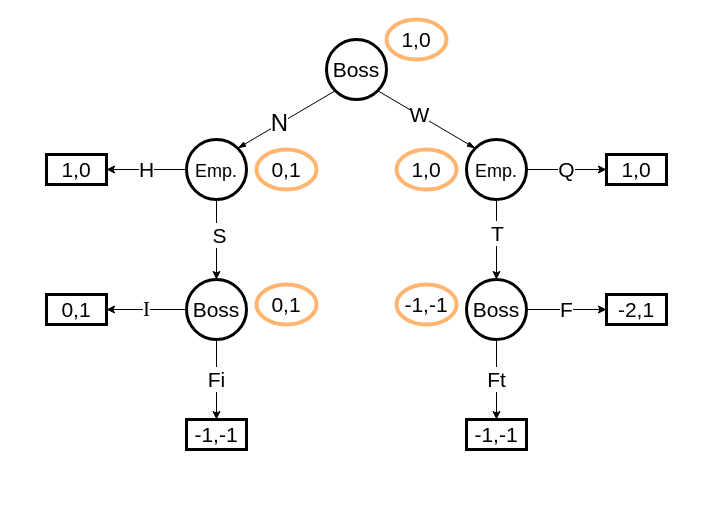
This is Diagramma senza titolo.drawio from michelexyz/VU, a draw.io file, before an edit. Source tidied: cells renumbered, new cells numbered last; positions are measured from the earlier drawing's top-left corner, leaving out a move shared by most shapes. Both pictures are drawn from the tidied source at 100%, with x=0, y=0 at pixel (46, 19).
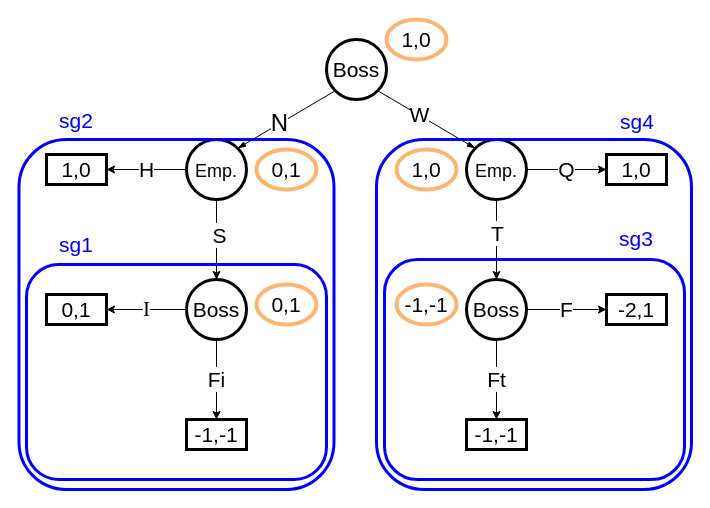
Above is the later version.

Change to the diagram source:
```diff
@@
+    <mxCell id="33" style="rounded=1;whiteSpace=wrap;html=1;fillColor=none;strokeWidth=3;strokeColor=#0000FF;" parent="1" vertex="1">
+      <mxGeometry x="-20" y="245" width="300" height="215" as="geometry" />
+    </mxCell>
+    <mxCell id="34" value="&lt;font color=&quot;#0000ff&quot; style=&quot;font-size: 21px;&quot;&gt;sg1&lt;/font&gt;" style="text;html=1;strokeColor=none;fillColor=none;align=center;verticalAlign=middle;whiteSpace=wrap;rounded=0;" parent="1" vertex="1">
+      <mxGeometry y="210" width="60" height="30" as="geometry" />
+    </mxCell>
+    <mxCell id="35" style="rounded=1;whiteSpace=wrap;html=1;fillColor=none;strokeWidth=3;strokeColor=#0000FF;" parent="1" vertex="1">
+      <mxGeometry x="-27.5" y="120" width="315" height="350" as="geometry" />
+    </mxCell>
+    <mxCell id="36" value="&lt;font color=&quot;#0000ff&quot; style=&quot;font-size: 21px;&quot;&gt;sg2&lt;/font&gt;" style="text;html=1;strokeColor=none;fillColor=none;align=center;verticalAlign=middle;whiteSpace=wrap;rounded=0;" parent="1" vertex="1">
+      <mxGeometry y="86" width="60" height="30" as="geometry" />
+    </mxCell>
+    <mxCell id="37" style="rounded=1;whiteSpace=wrap;html=1;fillColor=none;strokeWidth=3;strokeColor=#0000FF;" parent="1" vertex="1">
+      <mxGeometry x="330" y="120" width="315" height="350" as="geometry" />
+    </mxCell>
+    <mxCell id="38" style="rounded=1;whiteSpace=wrap;html=1;fillColor=none;strokeWidth=3;strokeColor=#0000FF;" parent="1" vertex="1">
+      <mxGeometry x="338" y="240" width="300" height="220" as="geometry" />
+    </mxCell>
+    <mxCell id="39" value="&lt;font color=&quot;#0000ff&quot; style=&quot;font-size: 21px;&quot;&gt;sg3&lt;/font&gt;" style="text;html=1;strokeColor=none;fillColor=none;align=center;verticalAlign=middle;whiteSpace=wrap;rounded=0;" parent="1" vertex="1">
+      <mxGeometry x="560" y="204" width="60" height="30" as="geometry" />
+    </mxCell>
+    <mxCell id="40" value="&lt;font color=&quot;#0000ff&quot; style=&quot;font-size: 21px;&quot;&gt;sg4&lt;/font&gt;" style="text;html=1;strokeColor=none;fillColor=none;align=center;verticalAlign=middle;whiteSpace=wrap;rounded=0;" parent="1" vertex="1">
+      <mxGeometry x="561" y="87" width="60" height="30" as="geometry" />
+    </mxCell>
```
